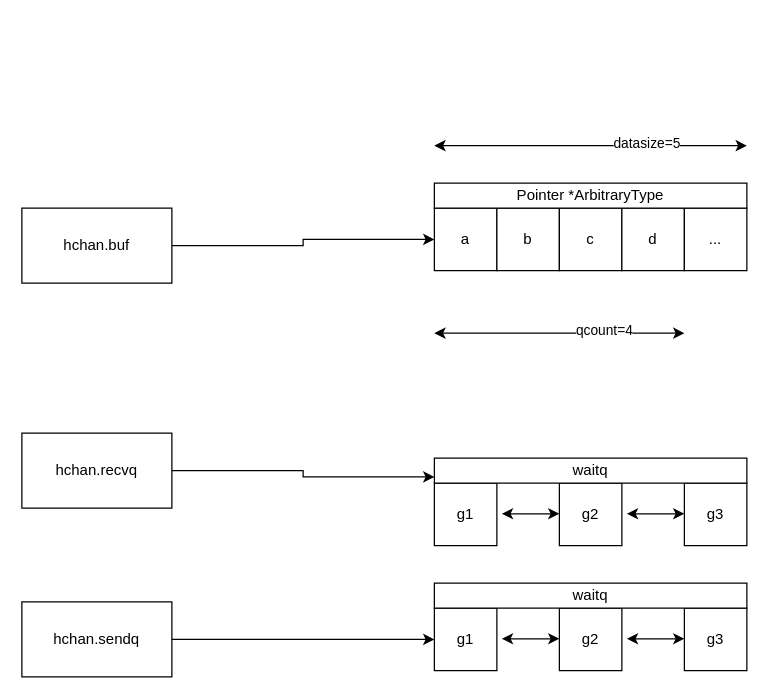
This is Untitled Diagram.drawio from mqzhifu/drawpic, a draw.io file, before an edit. Source tidied: cells renumbered, new cells numbered last; positions are measured from the earlier drawing's top-left corner, leaving out a move shared by most shapes. Both pictures are drawn from the tidied source at 125%, with x=0, y=0 at pixel (21, 145).
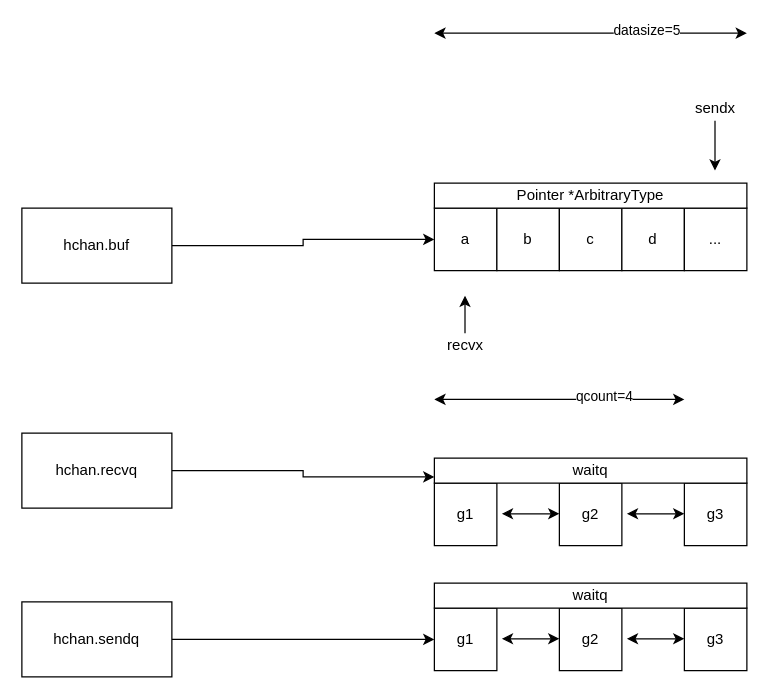
After the change.

The edit, as a diff of the source:
```diff
@@
     <mxCell id="26" style="endArrow=classic;startArrow=classic;html=1;" parent="1" edge="1">
       <mxGeometry relative="1" as="geometry">
-        <mxPoint x="330" as="sourcePoint" />
-        <mxPoint x="580" as="targetPoint" />
+        <mxPoint x="330" y="-90" as="sourcePoint" />
+        <mxPoint x="580" y="-90" as="targetPoint" />
       </mxGeometry>
     </mxCell>
@@
     <mxCell id="28" style="endArrow=classic;startArrow=classic;html=1;" parent="1" edge="1">
       <mxGeometry relative="1" as="geometry">
-        <mxPoint x="330" y="150" as="sourcePoint" />
-        <mxPoint x="530" y="150" as="targetPoint" />
+        <mxPoint x="330" y="203" as="sourcePoint" />
+        <mxPoint x="530" y="203" as="targetPoint" />
       </mxGeometry>
     </mxCell>
@@
+    <mxCell id="30" style="endArrow=classic;html=1;" parent="1" edge="1">
+      <mxGeometry relative="1" as="geometry">
+        <mxPoint x="554.5" y="-20" as="sourcePoint" />
+        <mxPoint x="554.5" y="20" as="targetPoint" />
+      </mxGeometry>
+    </mxCell>
+    <mxCell id="31" value="sendx" style="text;html=1;strokeColor=none;fillColor=none;align=center;verticalAlign=middle;whiteSpace=wrap;rounded=0;" parent="1" vertex="1">
+      <mxGeometry x="535" y="-40" width="40" height="20" as="geometry" />
+    </mxCell>
+    <mxCell id="32" style="endArrow=classic;html=1;" parent="1" edge="1">
+      <mxGeometry relative="1" as="geometry">
+        <mxPoint x="354.5" y="150" as="sourcePoint" />
+        <mxPoint x="354.5" y="120" as="targetPoint" />
+      </mxGeometry>
+    </mxCell>
+    <mxCell id="33" value="recvx" style="text;html=1;strokeColor=none;fillColor=none;align=center;verticalAlign=middle;whiteSpace=wrap;rounded=0;" parent="1" vertex="1">
+      <mxGeometry x="335" y="150" width="40" height="20" as="geometry" />
+    </mxCell>
```
